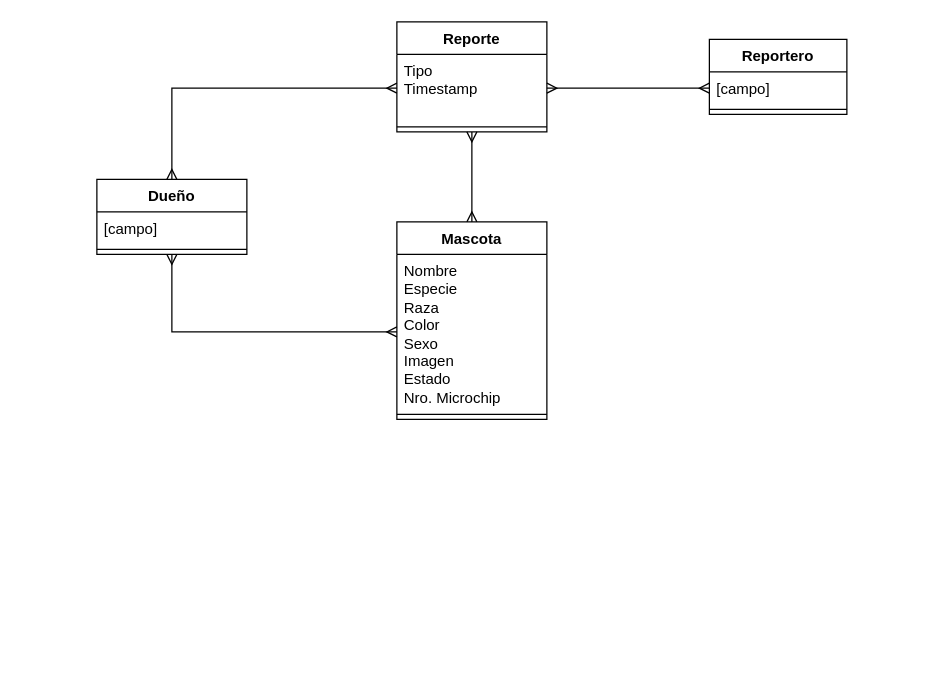
This is Documentación/Diagrama Clases.drawio from feigonzalez/safepet, a draw.io file, before an edit. Source tidied: cells renumbered, new cells numbered last; positions are measured from the earlier drawing's top-left corner, leaving out a move shared by most shapes. Both pictures are drawn from the tidied source at 125%, with x=0, y=0 at pixel (96, 21).
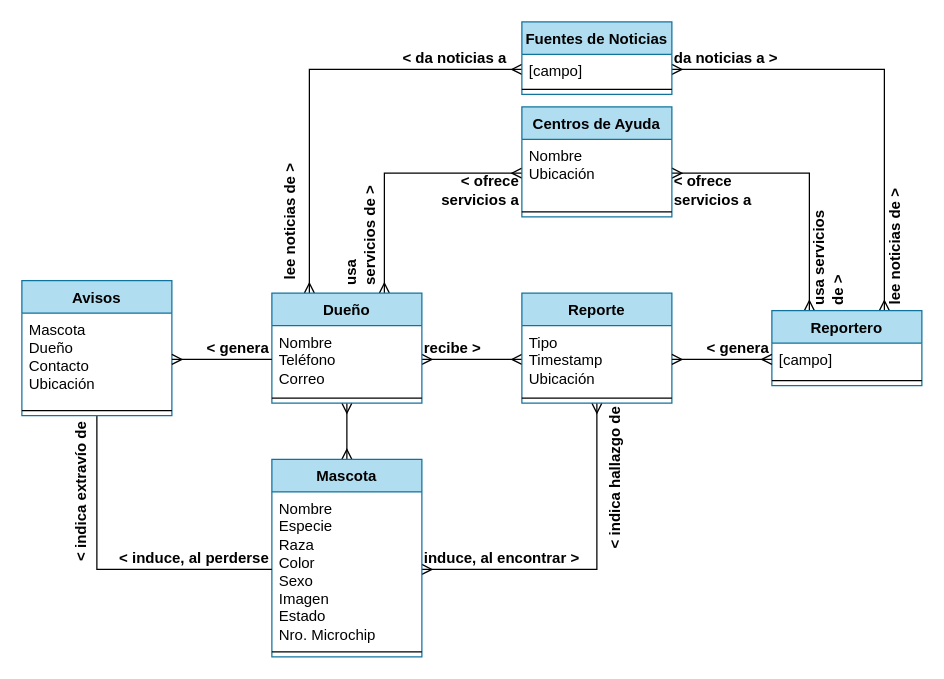
The same page after the edit.

What changed in the source:
```diff
@@
-    <mxCell id="2" style="edgeStyle=orthogonalEdgeStyle;rounded=0;jettySize=auto;html=1;exitX=0.5;exitY=1;exitDx=0;exitDy=0;entryX=0;entryY=0.5;entryDx=0;entryDy=0;startArrow=ERmany;startFill=0;endArrow=ERmany;endFill=0;" parent="1" edge="1" source="4" target="9">
+    <mxCell id="2" style="edgeStyle=orthogonalEdgeStyle;rounded=0;jettySize=auto;html=1;exitX=0.5;exitY=1;exitDx=0;exitDy=0;entryX=0.5;entryY=0;entryDx=0;entryDy=0;startArrow=ERmany;startFill=0;endArrow=ERmany;endFill=0;" parent="1" edge="1" source="4" target="8">
       <mxGeometry relative="1" as="geometry" />
     </mxCell>
-    <mxCell id="3" style="edgeStyle=orthogonalEdgeStyle;rounded=0;jettySize=auto;html=1;exitX=0.5;exitY=0;exitDx=0;exitDy=0;entryX=0;entryY=0.5;entryDx=0;entryDy=0;startArrow=ERmany;startFill=0;endArrow=ERmany;endFill=0;" parent="1" edge="1" source="4" target="12">
+    <mxCell id="3" style="edgeStyle=orthogonalEdgeStyle;rounded=0;jettySize=auto;html=1;exitX=1;exitY=0.5;exitDx=0;exitDy=0;entryX=0;entryY=0.5;entryDx=0;entryDy=0;startArrow=ERmany;startFill=0;endArrow=ERmany;endFill=0;" parent="1" edge="1" source="5" target="12">
       <mxGeometry relative="1" as="geometry" />
     </mxCell>
+    <mxCell id="18" style="edgeStyle=orthogonalEdgeStyle;rounded=0;jettySize=auto;html=1;exitX=0.25;exitY=0;exitDx=0;exitDy=0;entryX=0;entryY=0.5;entryDx=0;entryDy=0;fontFamily=Helvetica;fontSize=12;fontColor=default;fontStyle=1;horizontal=1;endArrow=ERmany;endFill=0;startArrow=ERmany;startFill=0;" parent="1" edge="1" source="4" target="26">
+      <mxGeometry relative="1" as="geometry" />
+    </mxCell>
+    <mxCell id="19" style="edgeStyle=orthogonalEdgeStyle;rounded=0;jettySize=auto;html=1;exitX=0.75;exitY=0;exitDx=0;exitDy=0;entryX=0;entryY=0.5;entryDx=0;entryDy=0;fontFamily=Helvetica;fontSize=12;fontColor=default;fontStyle=1;horizontal=1;endArrow=ERmany;endFill=0;startArrow=ERmany;startFill=0;" parent="1" edge="1" source="4" target="23">
+      <mxGeometry relative="1" as="geometry" />
+    </mxCell>
-    <mxCell id="4" value="Dueño" style="swimlane;fontStyle=1;align=center;verticalAlign=top;horizontal=1;startSize=26;whiteSpace=wrap;html=1;" parent="1" vertex="1">
-      <mxGeometry y="126" width="120" height="60" as="geometry" />
+    <mxCell id="4" value="Dueño" style="swimlane;fontStyle=1;align=center;verticalAlign=top;horizontal=1;startSize=26;whiteSpace=wrap;html=1;fillColor=#b1ddf0;strokeColor=#10739e;" parent="1" vertex="1">
+      <mxGeometry x="140" y="217" width="120" height="88" as="geometry" />
     </mxCell>
-    <mxCell id="5" value="[campo]" style="text;strokeColor=none;fillColor=none;align=left;verticalAlign=top;spacingLeft=4;spacingRight=4;overflow=hidden;points=[[0,0.5],[1,0.5]];portConstraint=eastwest;whiteSpace=wrap;html=1;" parent="4" vertex="1">
-      <mxGeometry y="26" width="120" height="26" as="geometry" />
+    <mxCell id="5" value="&lt;div&gt;Nombre&lt;/div&gt;&lt;div&gt;Teléfono&lt;/div&gt;&lt;div&gt;Correo&lt;/div&gt;" style="text;align=left;verticalAlign=top;spacingLeft=4;spacingRight=4;overflow=hidden;points=[[0,0.5],[1,0.5]];portConstraint=eastwest;whiteSpace=wrap;html=1;" parent="4" vertex="1">
+      <mxGeometry y="26" width="120" height="54" as="geometry" />
     </mxCell>
-    <mxCell id="6" style="line;strokeWidth=1;fillColor=none;align=left;verticalAlign=middle;spacingTop=-1;spacingLeft=3;spacingRight=3;labelPosition=right;strokeColor=inherit;" parent="4" vertex="1">
-      <mxGeometry y="52" width="120" height="8" as="geometry" />
+    <mxCell id="6" style="line;strokeWidth=1;align=left;verticalAlign=middle;spacingTop=-1;spacingLeft=3;spacingRight=3;labelPosition=right;" parent="4" vertex="1">
+      <mxGeometry y="80" width="120" height="8" as="geometry" />
     </mxCell>
-    <mxCell id="7" style="edgeStyle=orthogonalEdgeStyle;rounded=0;jettySize=auto;html=1;exitX=0.5;exitY=0;exitDx=0;exitDy=0;entryX=0.5;entryY=1;entryDx=0;entryDy=0;startArrow=ERmany;startFill=0;endArrow=ERmany;endFill=0;" parent="1" edge="1" source="8" target="11">
+    <mxCell id="7" style="edgeStyle=orthogonalEdgeStyle;rounded=0;jettySize=auto;html=1;exitX=1;exitY=0.5;exitDx=0;exitDy=0;entryX=0.5;entryY=1;entryDx=0;entryDy=0;startArrow=ERmany;startFill=0;endArrow=ERmany;endFill=0;" parent="1" edge="1" source="9" target="11">
       <mxGeometry relative="1" as="geometry" />
     </mxCell>
-    <mxCell id="8" value="Mascota" style="swimlane;fontStyle=1;align=center;verticalAlign=top;horizontal=1;startSize=26;whiteSpace=wrap;html=1;" parent="1" vertex="1">
-      <mxGeometry x="240" y="160" width="120" height="158" as="geometry" />
+    <mxCell id="8" value="Mascota" style="swimlane;fontStyle=1;align=center;verticalAlign=top;horizontal=1;startSize=26;whiteSpace=wrap;html=1;fillColor=#b1ddf0;strokeColor=#10739e;" parent="1" vertex="1">
+      <mxGeometry x="140" y="350" width="120" height="158" as="geometry" />
     </mxCell>
-    <mxCell id="9" value="&lt;div&gt;Nombre&lt;/div&gt;&lt;div&gt;Especie&lt;/div&gt;&lt;div&gt;Raza&lt;/div&gt;&lt;div&gt;Color&lt;/div&gt;&lt;div&gt;Sexo&lt;/div&gt;&lt;div&gt;Imagen&lt;/div&gt;&lt;div&gt;Estado&lt;/div&gt;&lt;div&gt;Nro. Microchip&lt;/div&gt;" style="text;strokeColor=none;fillColor=none;align=left;verticalAlign=top;spacingLeft=4;spacingRight=4;overflow=hidden;points=[[0,0.5],[1,0.5]];portConstraint=eastwest;whiteSpace=wrap;html=1;" parent="8" vertex="1">
+    <mxCell id="9" value="&lt;div&gt;Nombre&lt;/div&gt;&lt;div&gt;Especie&lt;/div&gt;&lt;div&gt;Raza&lt;/div&gt;&lt;div&gt;Color&lt;/div&gt;&lt;div&gt;Sexo&lt;/div&gt;&lt;div&gt;Imagen&lt;/div&gt;&lt;div&gt;Estado&lt;/div&gt;&lt;div&gt;Nro. Microchip&lt;/div&gt;" style="text;align=left;verticalAlign=top;spacingLeft=4;spacingRight=4;overflow=hidden;points=[[0,0.5],[1,0.5]];portConstraint=eastwest;whiteSpace=wrap;html=1;" parent="8" vertex="1">
       <mxGeometry y="26" width="120" height="124" as="geometry" />
     </mxCell>
-    <mxCell id="10" style="line;strokeWidth=1;fillColor=none;align=left;verticalAlign=middle;spacingTop=-1;spacingLeft=3;spacingRight=3;labelPosition=right;strokeColor=inherit;" parent="8" vertex="1">
+    <mxCell id="10" style="line;strokeWidth=1;align=left;verticalAlign=middle;spacingTop=-1;spacingLeft=3;spacingRight=3;labelPosition=right;" parent="8" vertex="1">
       <mxGeometry y="150" width="120" height="8" as="geometry" />
     </mxCell>
-    <mxCell id="11" value="Reporte" style="swimlane;fontStyle=1;align=center;verticalAlign=top;horizontal=1;startSize=26;whiteSpace=wrap;html=1;" parent="1" vertex="1">
-      <mxGeometry x="240" width="120" height="88" as="geometry" />
+    <mxCell id="11" value="Reporte" style="swimlane;fontStyle=1;align=center;verticalAlign=top;horizontal=1;startSize=26;whiteSpace=wrap;html=1;swimlaneLine=1;fillColor=#b1ddf0;strokeColor=#10739e;" parent="1" vertex="1">
+      <mxGeometry x="340" y="217" width="120" height="88" as="geometry" />
     </mxCell>
-    <mxCell id="12" value="&lt;div&gt;Tipo&lt;/div&gt;&lt;div&gt;Timestamp&lt;/div&gt;" style="text;strokeColor=none;fillColor=none;align=left;verticalAlign=top;spacingLeft=4;spacingRight=4;overflow=hidden;points=[[0,0.5],[1,0.5]];portConstraint=eastwest;whiteSpace=wrap;html=1;" parent="11" vertex="1">
+    <mxCell id="12" value="&lt;div&gt;Tipo&lt;/div&gt;&lt;div&gt;Timestamp&lt;/div&gt;&lt;div&gt;Ubicación&lt;/div&gt;" style="text;align=left;verticalAlign=top;spacingLeft=4;spacingRight=4;overflow=hidden;points=[[0,0.5],[1,0.5]];portConstraint=eastwest;whiteSpace=wrap;html=1;" parent="11" vertex="1">
       <mxGeometry y="26" width="120" height="54" as="geometry" />
     </mxCell>
-    <mxCell id="13" style="line;strokeWidth=1;fillColor=none;align=left;verticalAlign=middle;spacingTop=-1;spacingLeft=3;spacingRight=3;labelPosition=right;strokeColor=inherit;" parent="11" vertex="1">
+    <mxCell id="13" style="line;strokeWidth=1;align=left;verticalAlign=middle;spacingTop=-1;spacingLeft=3;spacingRight=3;labelPosition=right;" parent="11" vertex="1">
       <mxGeometry y="80" width="120" height="8" as="geometry" />
     </mxCell>
+    <mxCell id="20" style="edgeStyle=orthogonalEdgeStyle;rounded=0;jettySize=auto;html=1;exitX=0.75;exitY=0;exitDx=0;exitDy=0;entryX=1;entryY=0.5;entryDx=0;entryDy=0;fontFamily=Helvetica;fontSize=12;fontColor=default;fontStyle=1;horizontal=1;endArrow=ERmany;endFill=0;startArrow=ERmany;startFill=0;" parent="1" edge="1" source="14" target="26">
+      <mxGeometry relative="1" as="geometry" />
+    </mxCell>
+    <mxCell id="21" style="edgeStyle=orthogonalEdgeStyle;rounded=0;jettySize=auto;html=1;exitX=0.25;exitY=0;exitDx=0;exitDy=0;entryX=1;entryY=0.5;entryDx=0;entryDy=0;fontFamily=Helvetica;fontSize=12;fontColor=default;fontStyle=1;horizontal=1;endArrow=ERmany;endFill=0;startArrow=ERmany;startFill=0;" parent="1" edge="1" source="14" target="23">
+      <mxGeometry relative="1" as="geometry" />
+    </mxCell>
-    <mxCell id="14" value="Reportero" style="swimlane;fontStyle=1;align=center;verticalAlign=top;horizontal=1;startSize=26;whiteSpace=wrap;html=1;" parent="1" vertex="1">
-      <mxGeometry x="490" y="14" width="110" height="60" as="geometry" />
+    <mxCell id="14" value="Reportero" style="swimlane;fontStyle=1;align=center;verticalAlign=top;horizontal=1;startSize=26;whiteSpace=wrap;html=1;fillColor=#b1ddf0;strokeColor=#10739e;" parent="1" vertex="1">
+      <mxGeometry x="540" y="231" width="120" height="60" as="geometry" />
     </mxCell>
-    <mxCell id="15" value="[campo]" style="text;strokeColor=none;fillColor=none;align=left;verticalAlign=top;spacingLeft=4;spacingRight=4;overflow=hidden;points=[[0,0.5],[1,0.5]];portConstraint=eastwest;whiteSpace=wrap;html=1;" parent="14" vertex="1">
-      <mxGeometry y="26" width="110" height="26" as="geometry" />
+    <mxCell id="15" value="[campo]" style="text;align=left;verticalAlign=top;spacingLeft=4;spacingRight=4;overflow=hidden;points=[[0,0.5],[1,0.5]];portConstraint=eastwest;whiteSpace=wrap;html=1;" parent="14" vertex="1">
+      <mxGeometry y="26" width="120" height="26" as="geometry" />
     </mxCell>
-    <mxCell id="16" style="line;strokeWidth=1;fillColor=none;align=left;verticalAlign=middle;spacingTop=-1;spacingLeft=3;spacingRight=3;labelPosition=right;strokeColor=inherit;" parent="14" vertex="1">
-      <mxGeometry y="52" width="110" height="8" as="geometry" />
+    <mxCell id="16" style="line;strokeWidth=1;align=left;verticalAlign=middle;spacingTop=-1;spacingLeft=3;spacingRight=3;labelPosition=right;" parent="14" vertex="1">
+      <mxGeometry y="52" width="120" height="8" as="geometry" />
     </mxCell>
@@
+    <mxCell id="22" value="Centros de Ayuda" style="swimlane;fontStyle=1;align=center;verticalAlign=top;horizontal=1;startSize=26;whiteSpace=wrap;html=1;fillColor=#b1ddf0;strokeColor=#10739e;" parent="1" vertex="1">
+      <mxGeometry x="340" y="68" width="120" height="88" as="geometry" />
+    </mxCell>
+    <mxCell id="23" value="&lt;div&gt;Nombre&lt;/div&gt;&lt;div&gt;Ubicación&lt;/div&gt;" style="text;align=left;verticalAlign=top;spacingLeft=4;spacingRight=4;overflow=hidden;points=[[0,0.5],[1,0.5]];portConstraint=eastwest;whiteSpace=wrap;html=1;" parent="22" vertex="1">
+      <mxGeometry y="26" width="120" height="54" as="geometry" />
+    </mxCell>
+    <mxCell id="24" style="line;strokeWidth=1;align=left;verticalAlign=middle;spacingTop=-1;spacingLeft=3;spacingRight=3;labelPosition=right;" parent="22" vertex="1">
+      <mxGeometry y="80" width="120" height="8" as="geometry" />
+    </mxCell>
+    <mxCell id="25" value="Fuentes de Noticias" style="swimlane;fontStyle=1;align=center;verticalAlign=top;horizontal=1;startSize=26;whiteSpace=wrap;html=1;fillColor=#b1ddf0;strokeColor=#10739e;" parent="1" vertex="1">
+      <mxGeometry x="340" width="120" height="58" as="geometry" />
+    </mxCell>
+    <mxCell id="26" value="[campo]" style="text;align=left;verticalAlign=top;spacingLeft=4;spacingRight=4;overflow=hidden;points=[[0,0.5],[1,0.5]];portConstraint=eastwest;whiteSpace=wrap;html=1;" parent="25" vertex="1">
+      <mxGeometry y="26" width="120" height="24" as="geometry" />
+    </mxCell>
+    <mxCell id="27" style="line;strokeWidth=1;align=left;verticalAlign=middle;spacingTop=-1;spacingLeft=3;spacingRight=3;labelPosition=right;" parent="25" vertex="1">
+      <mxGeometry y="50" width="120" height="8" as="geometry" />
+    </mxCell>
+    <mxCell id="28" style="edgeStyle=orthogonalEdgeStyle;rounded=0;jettySize=auto;html=1;exitX=0.5;exitY=1;exitDx=0;exitDy=0;entryX=0;entryY=0.5;entryDx=0;entryDy=0;fontFamily=Helvetica;fontSize=12;fontColor=default;fontStyle=1;horizontal=1;startArrow=none;startFill=0;endArrow=none;endFill=0;" parent="1" edge="1" source="29" target="9">
+      <mxGeometry relative="1" as="geometry" />
+    </mxCell>
+    <mxCell id="29" value="Avisos" style="swimlane;fontStyle=1;align=center;verticalAlign=top;horizontal=1;startSize=26;whiteSpace=wrap;html=1;fillColor=#b1ddf0;strokeColor=#10739e;" parent="1" vertex="1">
+      <mxGeometry x="-60" y="207" width="120" height="108" as="geometry" />
+    </mxCell>
+    <mxCell id="30" value="&lt;div&gt;Mascota&lt;/div&gt;&lt;div&gt;Dueño&lt;/div&gt;&lt;div&gt;Contacto&lt;/div&gt;&lt;div&gt;Ubicación&lt;/div&gt;" style="text;align=left;verticalAlign=top;spacingLeft=4;spacingRight=4;overflow=hidden;points=[[0,0.5],[1,0.5]];portConstraint=eastwest;whiteSpace=wrap;html=1;" parent="29" vertex="1">
+      <mxGeometry y="26" width="120" height="74" as="geometry" />
+    </mxCell>
+    <mxCell id="31" style="line;strokeWidth=1;align=left;verticalAlign=middle;spacingTop=-1;spacingLeft=3;spacingRight=3;labelPosition=right;" parent="29" vertex="1">
+      <mxGeometry y="100" width="120" height="8" as="geometry" />
+    </mxCell>
+    <mxCell id="32" style="edgeStyle=orthogonalEdgeStyle;rounded=0;jettySize=auto;html=1;exitX=0;exitY=0.5;exitDx=0;exitDy=0;entryX=1;entryY=0.5;entryDx=0;entryDy=0;fontFamily=Helvetica;fontSize=12;fontColor=default;fontStyle=1;horizontal=1;startArrow=none;startFill=0;endArrow=ERmany;endFill=0;" parent="1" edge="1" source="5" target="30">
+      <mxGeometry relative="1" as="geometry" />
+    </mxCell>
+    <mxCell id="33" value="&lt;div align=&quot;right&quot;&gt;&amp;lt; da noticias a&lt;/div&gt;" style="text;html=1;align=right;verticalAlign=middle;whiteSpace=wrap;rounded=0;fontFamily=Helvetica;fontSize=12;fontColor=default;fontStyle=1;horizontal=1;" parent="1" vertex="1">
+      <mxGeometry x="220" y="19" width="110" height="20" as="geometry" />
+    </mxCell>
+    <mxCell id="34" value="&lt;div align=&quot;left&quot;&gt;da noticias a &amp;gt;&lt;/div&gt;" style="text;html=1;align=left;verticalAlign=middle;whiteSpace=wrap;rounded=0;fontFamily=Helvetica;fontSize=12;fontColor=default;fontStyle=1;horizontal=1;" parent="1" vertex="1">
+      <mxGeometry x="460" y="19" width="110" height="20" as="geometry" />
+    </mxCell>
+    <mxCell id="35" value="lee noticias de &amp;gt;" style="text;html=1;align=center;verticalAlign=middle;whiteSpace=wrap;rounded=0;fontFamily=Helvetica;fontSize=12;fontColor=default;fontStyle=1;horizontal=1;rotation=-90;" parent="1" vertex="1">
+      <mxGeometry x="100" y="150" width="110" height="20" as="geometry" />
+    </mxCell>
+    <mxCell id="36" value="&lt;div align=&quot;right&quot;&gt;&amp;lt; ofrece&lt;/div&gt;&lt;div align=&quot;right&quot;&gt;servicios a&lt;/div&gt;" style="text;html=1;align=right;verticalAlign=middle;whiteSpace=wrap;rounded=0;fontFamily=Helvetica;fontSize=12;fontColor=default;fontStyle=1;horizontal=1;" parent="1" vertex="1">
+      <mxGeometry x="250" y="130" width="90" height="10" as="geometry" />
+    </mxCell>
+    <mxCell id="37" value="&lt;div align=&quot;left&quot;&gt;usa&lt;/div&gt;&lt;div align=&quot;left&quot;&gt;servicios de &amp;gt;&lt;/div&gt;" style="text;html=1;align=left;verticalAlign=middle;whiteSpace=wrap;rounded=0;fontFamily=Helvetica;fontSize=12;fontColor=default;fontStyle=1;horizontal=1;rotation=-90;" parent="1" vertex="1">
+      <mxGeometry x="166" y="162" width="90" height="12" as="geometry" />
+    </mxCell>
+    <mxCell id="38" value="&lt;div align=&quot;left&quot;&gt;&amp;lt; ofrece&lt;/div&gt;&lt;div align=&quot;left&quot;&gt;servicios a&lt;/div&gt;" style="text;html=1;align=left;verticalAlign=middle;whiteSpace=wrap;rounded=0;fontFamily=Helvetica;fontSize=12;fontColor=default;fontStyle=1;horizontal=1;" parent="1" vertex="1">
+      <mxGeometry x="460" y="130" width="90" height="10" as="geometry" />
+    </mxCell>
+    <mxCell id="39" value="&lt;div align=&quot;left&quot;&gt;usa servicios&lt;/div&gt;&lt;div align=&quot;left&quot;&gt;de &amp;gt;&lt;/div&gt;" style="text;html=1;align=left;verticalAlign=middle;whiteSpace=wrap;rounded=0;fontFamily=Helvetica;fontSize=12;fontColor=default;fontStyle=1;horizontal=1;rotation=-90;" parent="1" vertex="1">
+      <mxGeometry x="540" y="178" width="90" height="12" as="geometry" />
+    </mxCell>
+    <mxCell id="40" value="lee noticias de &amp;gt;" style="text;html=1;align=center;verticalAlign=middle;whiteSpace=wrap;rounded=0;fontFamily=Helvetica;fontSize=12;fontColor=default;fontStyle=1;horizontal=1;rotation=-90;" parent="1" vertex="1">
+      <mxGeometry x="584" y="170" width="110" height="20" as="geometry" />
+    </mxCell>
+    <mxCell id="41" value="&lt;div align=&quot;left&quot;&gt;recibe &amp;gt;&lt;/div&gt;" style="text;html=1;align=left;verticalAlign=middle;whiteSpace=wrap;rounded=0;fontFamily=Helvetica;fontSize=12;fontColor=default;fontStyle=1;horizontal=1;" parent="1" vertex="1">
+      <mxGeometry x="260" y="251" width="80" height="20" as="geometry" />
+    </mxCell>
+    <mxCell id="42" value="&amp;lt; genera" style="text;html=1;align=right;verticalAlign=middle;whiteSpace=wrap;rounded=0;fontFamily=Helvetica;fontSize=12;fontColor=default;fontStyle=1;horizontal=1;" parent="1" vertex="1">
+      <mxGeometry x="460" y="251" width="80" height="20" as="geometry" />
+    </mxCell>
+    <mxCell id="43" value="&amp;lt; genera" style="text;html=1;align=right;verticalAlign=middle;whiteSpace=wrap;rounded=0;fontFamily=Helvetica;fontSize=12;fontColor=default;fontStyle=1;horizontal=1;" parent="1" vertex="1">
+      <mxGeometry x="80" y="251" width="60" height="20" as="geometry" />
+    </mxCell>
+    <mxCell id="44" value="&amp;lt; indica hallazgo de" style="text;html=1;align=right;verticalAlign=middle;whiteSpace=wrap;rounded=0;fontFamily=Helvetica;fontSize=12;fontColor=default;fontStyle=1;horizontal=1;rotation=-90;" parent="1" vertex="1">
+      <mxGeometry x="350" y="361" width="130" height="20" as="geometry" />
+    </mxCell>
+    <mxCell id="45" value="&amp;lt; indica extravío de" style="text;html=1;align=right;verticalAlign=middle;whiteSpace=wrap;rounded=0;fontFamily=Helvetica;fontSize=12;fontColor=default;fontStyle=1;horizontal=1;rotation=-90;" parent="1" vertex="1">
+      <mxGeometry x="-85" y="381" width="145" height="20" as="geometry" />
+    </mxCell>
+    <mxCell id="46" value="&amp;lt; induce, al perderse" style="text;html=1;align=right;verticalAlign=middle;whiteSpace=wrap;rounded=0;fontFamily=Helvetica;fontSize=12;fontColor=default;fontStyle=1;horizontal=1;" parent="1" vertex="1">
+      <mxGeometry y="419" width="140" height="20" as="geometry" />
+    </mxCell>
+    <mxCell id="47" value="induce, al encontrar &amp;gt;" style="text;html=1;align=left;verticalAlign=middle;whiteSpace=wrap;rounded=0;fontFamily=Helvetica;fontSize=12;fontColor=default;fontStyle=1;horizontal=1;" parent="1" vertex="1">
+      <mxGeometry x="260" y="419" width="140" height="20" as="geometry" />
+    </mxCell>
```
